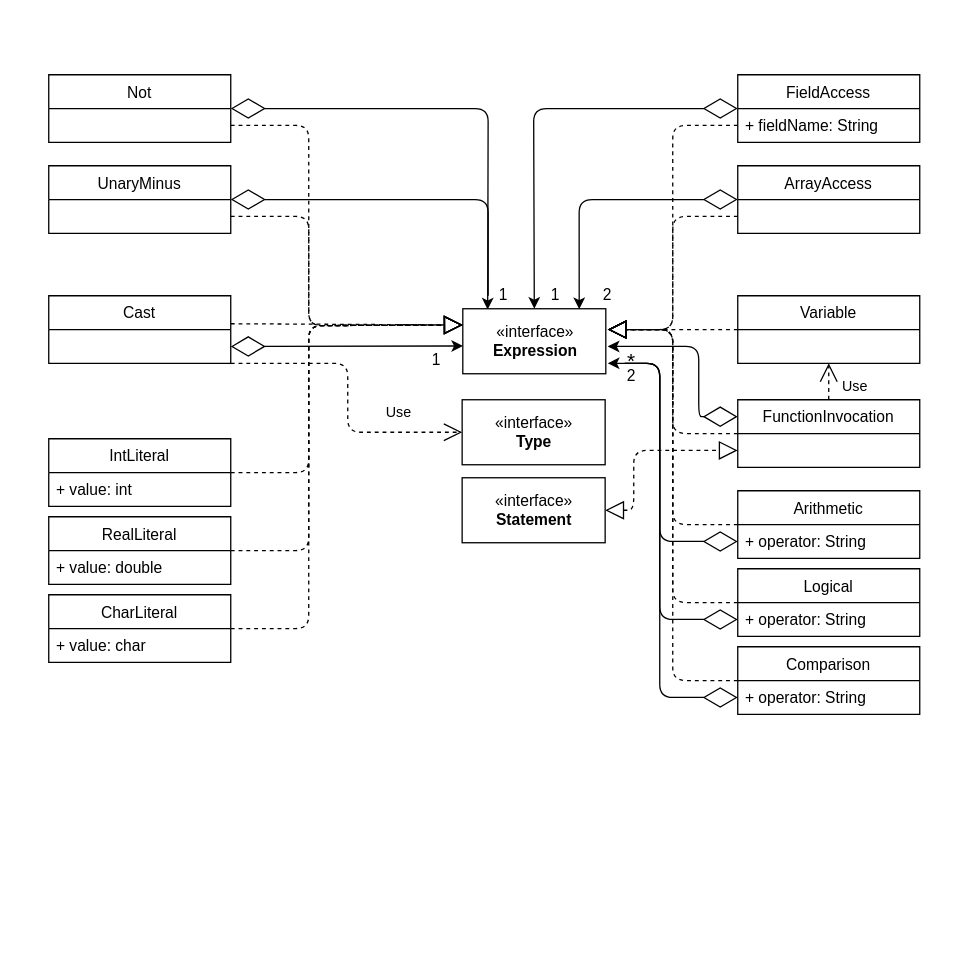
Above: Expression.drawio in EnriqueJRodriguez/DLP (draw.io), before the change. Source tidied: cells renumbered, new cells numbered last; positions are measured from the earlier drawing's top-left corner, leaving out a move shared by most shapes. Both pictures are drawn from the tidied source at 130%, with x=0, y=0 at pixel (48, 74).
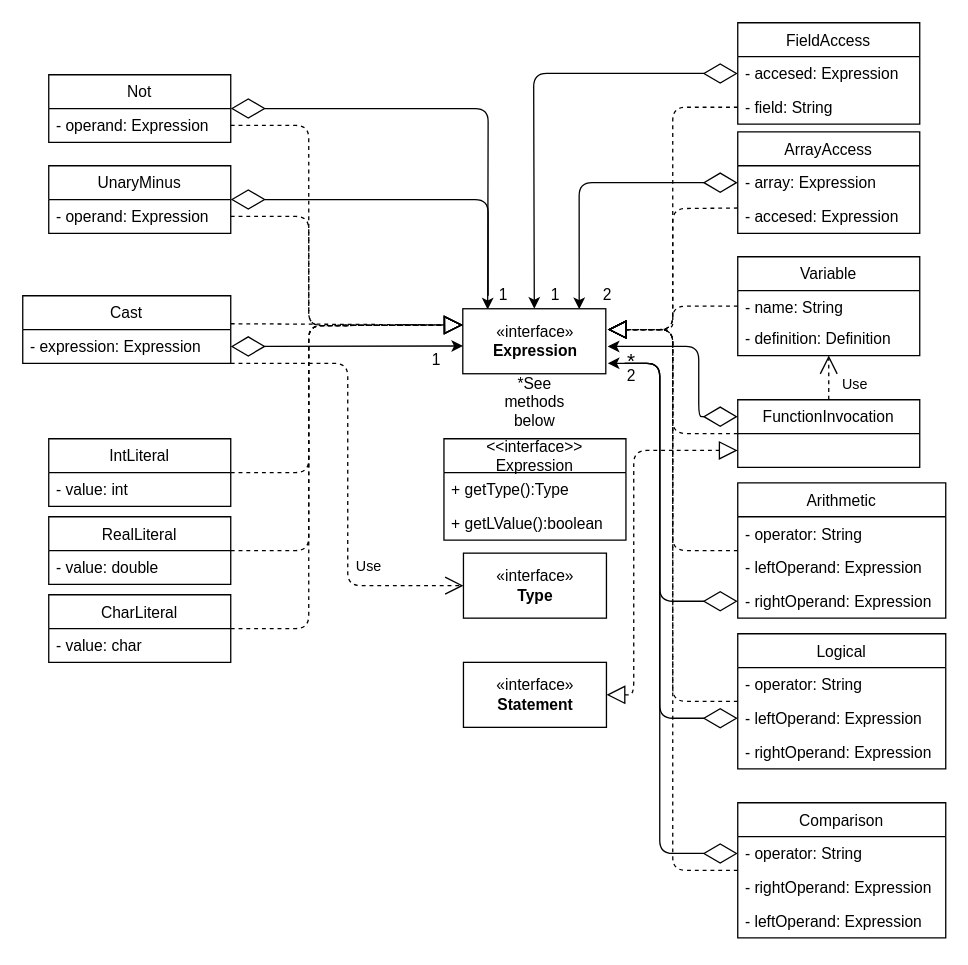
After the change.

Unchanged cells that the change refers to:
```xml
<mxCell id="2" value="Not" style="swimlane;fontStyle=0;horizontal=1;startSize=26;fillColor=none;" parent="1" vertex="1">
  <mxGeometry width="140" height="52" as="geometry" />
</mxCell>
<mxCell id="3" value="UnaryMinus" style="swimlane;fontStyle=0;horizontal=1;startSize=26;fillColor=none;" parent="1" vertex="1">
  <mxGeometry y="70" width="140" height="52" as="geometry" />
</mxCell>
<mxCell id="15" value="IntLiteral" style="swimlane;fontStyle=0;horizontal=1;startSize=26;fillColor=none;" parent="1" vertex="1">
  <mxGeometry y="280" width="140" height="52" as="geometry" />
</mxCell>
<mxCell id="17" value="RealLiteral" style="swimlane;fontStyle=0;horizontal=1;startSize=26;fillColor=none;" parent="1" vertex="1">
  <mxGeometry y="340" width="140" height="52" as="geometry" />
</mxCell>
<mxCell id="19" value="CharLiteral" style="swimlane;fontStyle=0;horizontal=1;startSize=26;fillColor=none;" parent="1" vertex="1">
  <mxGeometry y="400" width="140" height="52" as="geometry" />
</mxCell>
<mxCell id="35" value="FunctionInvocation" style="swimlane;fontStyle=0;horizontal=1;startSize=26;fillColor=none;" parent="1" vertex="1">
  <mxGeometry x="530" y="250" width="140" height="52" as="geometry" />
</mxCell>
<mxCell id="55" value="«interface»&lt;br&gt;&lt;b&gt;Expression&lt;/b&gt;" style="html=1;" parent="1" vertex="1">
  <mxGeometry x="318.5" y="180" width="110" height="50" as="geometry" />
</mxCell>
```

What changed in the source:
```diff
@@
+    <mxCell id="56" value="- operand: Expression" style="text;strokeColor=none;fillColor=none;align=left;verticalAlign=top;spacingLeft=4;spacingRight=4;overflow=hidden;" parent="2" vertex="1">
+      <mxGeometry y="26" width="140" height="26" as="geometry" />
+    </mxCell>
@@
+    <mxCell id="57" value="- operand: Expression" style="text;strokeColor=none;fillColor=none;align=left;verticalAlign=top;spacingLeft=4;spacingRight=4;overflow=hidden;" parent="3" vertex="1">
+      <mxGeometry y="26" width="140" height="26" as="geometry" />
+    </mxCell>
@@
     <mxCell id="9" value="Cast" style="swimlane;fontStyle=0;horizontal=1;startSize=26;fillColor=none;" parent="1" vertex="1">
-      <mxGeometry y="170" width="140" height="52" as="geometry" />
+      <mxGeometry x="-20" y="170" width="160" height="52" as="geometry" />
     </mxCell>
+    <mxCell id="58" value="- expression: Expression" style="text;strokeColor=none;fillColor=none;align=left;verticalAlign=top;spacingLeft=4;spacingRight=4;overflow=hidden;" parent="9" vertex="1">
+      <mxGeometry y="26" width="160" height="26" as="geometry" />
+    </mxCell>
@@
     <mxCell id="13" value="«interface»&lt;br&gt;&lt;b&gt;Type&lt;/b&gt;" style="html=1;" parent="1" vertex="1">
-      <mxGeometry x="318" y="250" width="110" height="50" as="geometry" />
+      <mxGeometry x="319" y="368" width="110" height="50" as="geometry" />
     </mxCell>
     <mxCell id="14" value="Use" style="endArrow=open;endSize=12;dashed=1;html=1;exitX=1;exitY=1;exitDx=0;exitDy=0;entryX=0;entryY=0.5;entryDx=0;entryDy=0;" parent="1" edge="1" source="9" target="13">
       <mxGeometry x="0.58" y="15" relative="1" as="geometry">
         <Array as="points">
           <mxPoint x="230" y="222" />
-          <mxPoint x="230" y="275" />
+          <mxPoint x="230" y="393" />
         </Array>
       </mxGeometry>
     </mxCell>
@@
-    <mxCell id="16" value="+ value: int" style="text;strokeColor=none;fillColor=none;align=left;verticalAlign=top;spacingLeft=4;spacingRight=4;overflow=hidden;" parent="15" vertex="1">
+    <mxCell id="16" value="- value: int" style="text;strokeColor=none;fillColor=none;align=left;verticalAlign=top;spacingLeft=4;spacingRight=4;overflow=hidden;" parent="15" vertex="1">
       <mxGeometry y="26" width="140" height="26" as="geometry" />
     </mxCell>
@@
-    <mxCell id="18" value="+ value: double" style="text;strokeColor=none;fillColor=none;align=left;verticalAlign=top;spacingLeft=4;spacingRight=4;overflow=hidden;" parent="17" vertex="1">
+    <mxCell id="18" value="- value: double" style="text;strokeColor=none;fillColor=none;align=left;verticalAlign=top;spacingLeft=4;spacingRight=4;overflow=hidden;" parent="17" vertex="1">
       <mxGeometry y="26" width="140" height="26" as="geometry" />
     </mxCell>
@@
-    <mxCell id="20" value="+ value: char" style="text;strokeColor=none;fillColor=none;align=left;verticalAlign=top;spacingLeft=4;spacingRight=4;overflow=hidden;" parent="19" vertex="1">
+    <mxCell id="20" value="- value: char" style="text;strokeColor=none;fillColor=none;align=left;verticalAlign=top;spacingLeft=4;spacingRight=4;overflow=hidden;" parent="19" vertex="1">
       <mxGeometry y="26" width="140" height="26" as="geometry" />
     </mxCell>
@@
-    <mxCell id="24" value="FieldAccess" style="swimlane;fontStyle=0;horizontal=1;startSize=26;fillColor=none;" parent="1" vertex="1">
-      <mxGeometry x="530" width="140" height="52" as="geometry" />
-    </mxCell>
-    <mxCell id="25" value="+ fieldName: String" style="text;strokeColor=none;fillColor=none;align=left;verticalAlign=top;spacingLeft=4;spacingRight=4;overflow=hidden;points=[[0,0.5],[1,0.5]];portConstraint=eastwest;" parent="24" vertex="1">
-      <mxGeometry y="26" width="140" height="26" as="geometry" />
-    </mxCell>
     <mxCell id="26" style="endArrow=diamondThin;endFill=0;endSize=24;html=1;entryX=0;entryY=0.5;entryDx=0;entryDy=0;startArrow=classic;startFill=1;exitX=0.5;exitY=0;exitDx=0;exitDy=0;" parent="1" edge="1" source="55" target="24">
       <mxGeometry relative="1" as="geometry">
         <Array as="points">
-          <mxPoint x="373" y="26" />
+          <mxPoint x="373" y="-1" />
         </Array>
       </mxGeometry>
     </mxCell>
@@
-    <mxCell id="28" value="ArrayAccess" style="swimlane;fontStyle=0;horizontal=1;startSize=26;fillColor=none;" parent="1" vertex="1">
-      <mxGeometry x="530" y="70" width="140" height="52" as="geometry" />
-    </mxCell>
-    <mxCell id="29" style="endArrow=diamondThin;endFill=0;endSize=24;html=1;entryX=0;entryY=0.5;entryDx=0;entryDy=0;exitX=0.814;exitY=0.007;exitDx=0;exitDy=0;startArrow=classic;startFill=1;exitPerimeter=0;" parent="1" edge="1" source="55" target="28">
+    <mxCell id="29" style="endArrow=diamondThin;endFill=0;endSize=24;html=1;exitX=0.814;exitY=0.007;exitDx=0;exitDy=0;startArrow=classic;startFill=1;exitPerimeter=0;entryX=0;entryY=0.5;entryDx=0;entryDy=0;" parent="1" edge="1" source="55" target="68">
       <mxGeometry relative="1" as="geometry">
         <Array as="points">
-          <mxPoint x="408" y="96" />
+          <mxPoint x="408" y="83" />
         </Array>
       </mxGeometry>
     </mxCell>
@@
     <mxCell id="31" style="endArrow=block;dashed=1;endFill=0;endSize=12;html=1;exitX=0;exitY=0.75;exitDx=0;exitDy=0;" parent="1" edge="1" source="28">
       <mxGeometry relative="1" as="geometry">
         <mxPoint x="430" y="196" as="targetPoint" />
         <Array as="points">
-          <mxPoint x="480" y="109" />
+          <mxPoint x="480" y="103" />
           <mxPoint x="480" y="196" />
         </Array>
       </mxGeometry>
     </mxCell>
     <mxCell id="32" style="endArrow=block;dashed=1;endFill=0;endSize=12;html=1;exitX=0;exitY=0.5;exitDx=0;exitDy=0;" parent="1" edge="1" source="25">
       <mxGeometry relative="1" as="geometry">
         <mxPoint x="430" y="196" as="targetPoint" />
         <Array as="points">
-          <mxPoint x="480" y="39" />
+          <mxPoint x="480" y="25" />
           <mxPoint x="480" y="196" />
         </Array>
       </mxGeometry>
     </mxCell>
-    <mxCell id="33" value="Variable" style="swimlane;fontStyle=0;horizontal=1;startSize=26;fillColor=none;" parent="1" vertex="1">
-      <mxGeometry x="530" y="170" width="140" height="52" as="geometry" />
-    </mxCell>
     <mxCell id="34" style="endArrow=block;dashed=1;endFill=0;endSize=12;html=1;exitX=0;exitY=0.5;exitDx=0;exitDy=0;" parent="1" edge="1" source="33">
       <mxGeometry relative="1" as="geometry">
         <mxPoint x="430" y="196" as="targetPoint" />
+        <Array as="points">
+          <mxPoint x="480" y="178" />
+          <mxPoint x="480" y="196" />
+        </Array>
       </mxGeometry>
     </mxCell>
@@
-    <mxCell id="39" value="Arithmetic" style="swimlane;fontStyle=0;horizontal=1;startSize=26;fillColor=none;" parent="1" vertex="1">
-      <mxGeometry x="530" y="320" width="140" height="52" as="geometry" />
-    </mxCell>
-    <mxCell id="40" value="+ operator: String" style="text;strokeColor=none;fillColor=none;align=left;verticalAlign=top;spacingLeft=4;spacingRight=4;overflow=hidden;points=[[0,0.5],[1,0.5]];portConstraint=eastwest;" parent="39" vertex="1">
-      <mxGeometry y="26" width="140" height="26" as="geometry" />
-    </mxCell>
-    <mxCell id="41" value="Logical" style="swimlane;fontStyle=0;horizontal=1;startSize=26;fillColor=none;" parent="1" vertex="1">
-      <mxGeometry x="530" y="380" width="140" height="52" as="geometry" />
-    </mxCell>
-    <mxCell id="42" value="+ operator: String" style="text;strokeColor=none;fillColor=none;align=left;verticalAlign=top;spacingLeft=4;spacingRight=4;overflow=hidden;points=[[0,0.5],[1,0.5]];portConstraint=eastwest;" parent="41" vertex="1">
-      <mxGeometry y="26" width="140" height="26" as="geometry" />
-    </mxCell>
-    <mxCell id="43" value="Comparison" style="swimlane;fontStyle=0;horizontal=1;startSize=26;fillColor=none;" parent="1" vertex="1">
-      <mxGeometry x="530" y="440" width="140" height="52" as="geometry" />
-    </mxCell>
-    <mxCell id="44" value="+ operator: String" style="text;strokeColor=none;fillColor=none;align=left;verticalAlign=top;spacingLeft=4;spacingRight=4;overflow=hidden;points=[[0,0.5],[1,0.5]];portConstraint=eastwest;" parent="43" vertex="1">
-      <mxGeometry y="26" width="140" height="26" as="geometry" />
-    </mxCell>
     <mxCell id="45" value="«interface»&lt;br&gt;&lt;b&gt;Statement&lt;/b&gt;" style="html=1;" parent="1" vertex="1">
-      <mxGeometry x="318" y="310" width="110" height="50" as="geometry" />
+      <mxGeometry x="319" y="452" width="110" height="50" as="geometry" />
     </mxCell>
     <mxCell id="46" style="endArrow=block;dashed=1;endFill=0;endSize=12;html=1;entryX=0;entryY=0.75;entryDx=0;entryDy=0;exitX=1;exitY=0.5;exitDx=0;exitDy=0;startArrow=block;startFill=0;strokeWidth=1;startSize=12;" parent="1" edge="1" source="45" target="35">
       <mxGeometry relative="1" as="geometry">
         <Array as="points">
-          <mxPoint x="450" y="335" />
+          <mxPoint x="450" y="477" />
           <mxPoint x="450" y="289" />
         </Array>
       </mxGeometry>
     </mxCell>
     <mxCell id="47" style="endArrow=block;dashed=1;endFill=0;endSize=12;html=1;strokeWidth=1;exitX=0;exitY=0.5;exitDx=0;exitDy=0;" parent="1" edge="1" source="39">
       <mxGeometry relative="1" as="geometry">
         <mxPoint x="430" y="196" as="targetPoint" />
         <Array as="points">
-          <mxPoint x="480" y="346" />
+          <mxPoint x="480" y="366" />
           <mxPoint x="480" y="196" />
         </Array>
       </mxGeometry>
     </mxCell>
     <mxCell id="48" style="endArrow=block;dashed=1;endFill=0;endSize=12;html=1;strokeWidth=1;exitX=0;exitY=0.5;exitDx=0;exitDy=0;" parent="1" edge="1" source="41">
       <mxGeometry relative="1" as="geometry">
         <mxPoint x="430" y="196" as="targetPoint" />
         <Array as="points">
+          <mxPoint x="480" y="482" />
           <mxPoint x="480" y="406" />
           <mxPoint x="480" y="196" />
         </Array>
       </mxGeometry>
     </mxCell>
     <mxCell id="49" style="endArrow=block;dashed=1;endFill=0;endSize=12;html=1;strokeWidth=1;exitX=0;exitY=0.5;exitDx=0;exitDy=0;" parent="1" edge="1" source="43">
       <mxGeometry relative="1" as="geometry">
         <mxPoint x="430" y="196" as="targetPoint" />
         <Array as="points">
+          <mxPoint x="480" y="612" />
           <mxPoint x="480" y="466" />
           <mxPoint x="480" y="196" />
         </Array>
       </mxGeometry>
     </mxCell>
     <mxCell id="50" style="endArrow=diamondThin;endFill=0;endSize=24;html=1;strokeWidth=1;entryX=0;entryY=0.5;entryDx=0;entryDy=0;exitX=1;exitY=1;exitDx=0;exitDy=0;" parent="1" edge="1" target="44">
       <mxGeometry relative="1" as="geometry">
         <mxPoint x="443" y="222" as="sourcePoint" />
         <Array as="points">
           <mxPoint x="470" y="222" />
           <mxPoint x="470" y="479" />
+          <mxPoint x="470" y="599" />
         </Array>
       </mxGeometry>
     </mxCell>
-    <mxCell id="51" style="endArrow=diamondThin;endFill=0;endSize=24;html=1;strokeWidth=1;entryX=0;entryY=0.5;entryDx=0;entryDy=0;exitX=1;exitY=1;exitDx=0;exitDy=0;" parent="1" edge="1" target="42">
+    <mxCell id="51" style="endArrow=diamondThin;endFill=0;endSize=24;html=1;strokeWidth=1;entryX=0;entryY=0.5;entryDx=0;entryDy=0;exitX=1;exitY=1;exitDx=0;exitDy=0;" parent="1" edge="1">
       <mxGeometry relative="1" as="geometry">
         <mxPoint x="443" y="222" as="sourcePoint" />
+        <mxPoint x="530" y="495" as="targetPoint" />
         <Array as="points">
           <mxPoint x="470" y="222" />
           <mxPoint x="470" y="419" />
+          <mxPoint x="470" y="495" />
         </Array>
       </mxGeometry>
     </mxCell>
     <mxCell id="52" style="endArrow=diamondThin;endFill=0;endSize=24;html=1;strokeWidth=1;entryX=0;entryY=0.5;entryDx=0;entryDy=0;startArrow=classic;startFill=1;" parent="1" edge="1" target="40">
       <mxGeometry relative="1" as="geometry">
         <mxPoint x="430" y="222" as="sourcePoint" />
         <Array as="points">
           <mxPoint x="470" y="222" />
-          <mxPoint x="470" y="359" />
+          <mxPoint x="470" y="405" />
         </Array>
       </mxGeometry>
     </mxCell>
@@
+    <mxCell id="41" value="Logical" style="swimlane;fontStyle=0;horizontal=1;startSize=26;fillColor=none;" parent="1" vertex="1">
+      <mxGeometry x="530" y="430" width="160" height="104" as="geometry" />
+    </mxCell>
+    <mxCell id="59" value="- operator: String" style="text;strokeColor=none;fillColor=none;align=left;verticalAlign=top;spacingLeft=4;spacingRight=4;overflow=hidden;" parent="41" vertex="1">
+      <mxGeometry y="26" width="160" height="26" as="geometry" />
+    </mxCell>
+    <mxCell id="60" value="- leftOperand: Expression" style="text;strokeColor=none;fillColor=none;align=left;verticalAlign=top;spacingLeft=4;spacingRight=4;overflow=hidden;" parent="41" vertex="1">
+      <mxGeometry y="52" width="160" height="26" as="geometry" />
+    </mxCell>
+    <mxCell id="61" value="- rightOperand: Expression" style="text;strokeColor=none;fillColor=none;align=left;verticalAlign=top;spacingLeft=4;spacingRight=4;overflow=hidden;" parent="41" vertex="1">
+      <mxGeometry y="78" width="160" height="26" as="geometry" />
+    </mxCell>
+    <mxCell id="39" value="Arithmetic" style="swimlane;fontStyle=0;horizontal=1;startSize=26;fillColor=none;" parent="1" vertex="1">
+      <mxGeometry x="530" y="314" width="160" height="104" as="geometry" />
+    </mxCell>
+    <mxCell id="62" value="- operator: String" style="text;strokeColor=none;fillColor=none;align=left;verticalAlign=top;spacingLeft=4;spacingRight=4;overflow=hidden;" parent="39" vertex="1">
+      <mxGeometry y="26" width="160" height="26" as="geometry" />
+    </mxCell>
+    <mxCell id="63" value="- leftOperand: Expression" style="text;strokeColor=none;fillColor=none;align=left;verticalAlign=top;spacingLeft=4;spacingRight=4;overflow=hidden;" parent="39" vertex="1">
+      <mxGeometry y="52" width="160" height="26" as="geometry" />
+    </mxCell>
+    <mxCell id="40" value="- rightOperand: Expression" style="text;strokeColor=none;fillColor=none;align=left;verticalAlign=top;spacingLeft=4;spacingRight=4;overflow=hidden;points=[[0,0.5],[1,0.5]];portConstraint=eastwest;" parent="39" vertex="1">
+      <mxGeometry y="78" width="160" height="26" as="geometry" />
+    </mxCell>
+    <mxCell id="24" value="FieldAccess" style="swimlane;fontStyle=0;horizontal=1;startSize=26;fillColor=none;" parent="1" vertex="1">
+      <mxGeometry x="530" y="-40" width="140" height="78" as="geometry" />
+    </mxCell>
+    <mxCell id="64" value="- accesed: Expression" style="text;strokeColor=none;fillColor=none;align=left;verticalAlign=top;spacingLeft=4;spacingRight=4;overflow=hidden;" parent="24" vertex="1">
+      <mxGeometry y="26" width="140" height="26" as="geometry" />
+    </mxCell>
+    <mxCell id="25" value="- field: String" style="text;strokeColor=none;fillColor=none;align=left;verticalAlign=top;spacingLeft=4;spacingRight=4;overflow=hidden;points=[[0,0.5],[1,0.5]];portConstraint=eastwest;" parent="24" vertex="1">
+      <mxGeometry y="52" width="140" height="26" as="geometry" />
+    </mxCell>
+    <mxCell id="43" value="Comparison" style="swimlane;fontStyle=0;horizontal=1;startSize=26;fillColor=none;" parent="1" vertex="1">
+      <mxGeometry x="530" y="560" width="160" height="104" as="geometry" />
+    </mxCell>
+    <mxCell id="44" value="- operator: String" style="text;strokeColor=none;fillColor=none;align=left;verticalAlign=top;spacingLeft=4;spacingRight=4;overflow=hidden;points=[[0,0.5],[1,0.5]];portConstraint=eastwest;" parent="43" vertex="1">
+      <mxGeometry y="26" width="160" height="26" as="geometry" />
+    </mxCell>
+    <mxCell id="65" value="- rightOperand: Expression" style="text;strokeColor=none;fillColor=none;align=left;verticalAlign=top;spacingLeft=4;spacingRight=4;overflow=hidden;" parent="43" vertex="1">
+      <mxGeometry y="52" width="160" height="26" as="geometry" />
+    </mxCell>
+    <mxCell id="66" value="- leftOperand: Expression" style="text;strokeColor=none;fillColor=none;align=left;verticalAlign=top;spacingLeft=4;spacingRight=4;overflow=hidden;" parent="43" vertex="1">
+      <mxGeometry y="78" width="160" height="26" as="geometry" />
+    </mxCell>
+    <mxCell id="67" value="*See methods below" style="text;html=1;strokeColor=none;fillColor=none;align=center;verticalAlign=middle;whiteSpace=wrap;rounded=0;" parent="1" vertex="1">
+      <mxGeometry x="353.5" y="242" width="40" height="20" as="geometry" />
+    </mxCell>
+    <mxCell id="28" value="ArrayAccess" style="swimlane;fontStyle=0;horizontal=1;startSize=26;fillColor=none;" parent="1" vertex="1">
+      <mxGeometry x="530" y="44" width="140" height="78" as="geometry" />
+    </mxCell>
+    <mxCell id="68" value="- array: Expression" style="text;strokeColor=none;fillColor=none;align=left;verticalAlign=top;spacingLeft=4;spacingRight=4;overflow=hidden;points=[[0,0.5],[1,0.5]];portConstraint=eastwest;" parent="28" vertex="1">
+      <mxGeometry y="26" width="140" height="26" as="geometry" />
+    </mxCell>
+    <mxCell id="69" value="- accesed: Expression" style="text;strokeColor=none;fillColor=none;align=left;verticalAlign=top;spacingLeft=4;spacingRight=4;overflow=hidden;" parent="28" vertex="1">
+      <mxGeometry y="52" width="140" height="26" as="geometry" />
+    </mxCell>
+    <mxCell id="33" value="Variable" style="swimlane;fontStyle=0;horizontal=1;startSize=26;fillColor=none;" parent="1" vertex="1">
+      <mxGeometry x="530" y="140" width="140" height="76" as="geometry" />
+    </mxCell>
+    <mxCell id="70" value="- name: String" style="text;strokeColor=none;fillColor=none;align=left;verticalAlign=top;spacingLeft=4;spacingRight=4;overflow=hidden;" parent="33" vertex="1">
+      <mxGeometry y="26" width="140" height="24" as="geometry" />
+    </mxCell>
+    <mxCell id="71" value="- definition: Definition" style="text;strokeColor=none;fillColor=none;align=left;verticalAlign=top;spacingLeft=4;spacingRight=4;overflow=hidden;" parent="33" vertex="1">
+      <mxGeometry y="50" width="140" height="26" as="geometry" />
+    </mxCell>
+    <mxCell id="72" value="&lt;&lt;interface&gt;&gt;&#10;Expression" style="swimlane;fontStyle=0;horizontal=1;startSize=26;fillColor=none;" parent="1" vertex="1">
+      <mxGeometry x="304" y="280" width="140" height="78" as="geometry" />
+    </mxCell>
+    <mxCell id="73" value="+ getType():Type" style="text;strokeColor=none;fillColor=none;align=left;verticalAlign=top;spacingLeft=4;spacingRight=4;overflow=hidden;" parent="72" vertex="1">
+      <mxGeometry y="26" width="140" height="26" as="geometry" />
+    </mxCell>
+    <mxCell id="74" value="+ getLValue():boolean" style="text;strokeColor=none;fillColor=none;align=left;verticalAlign=top;spacingLeft=4;spacingRight=4;overflow=hidden;" parent="72" vertex="1">
+      <mxGeometry y="52" width="140" height="26" as="geometry" />
+    </mxCell>
```
